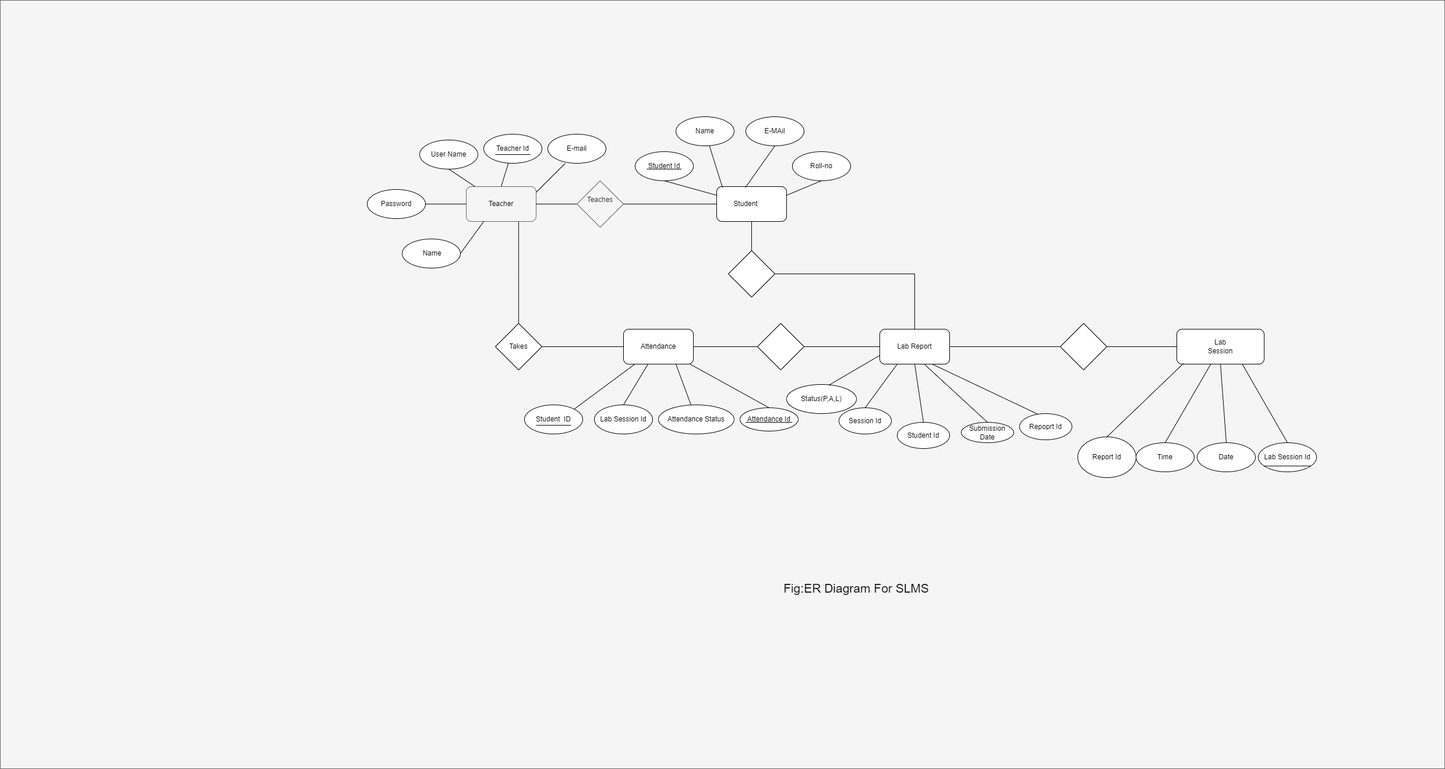
The draw.io diagram diagrams/ER.png in samiiraryal/Smart-Lab-Management-System, before a commit. Source tidied: cells renumbered, new cells last; positions are measured from the earlier drawing's top-left corner, leaving out a move shared by most shapes.
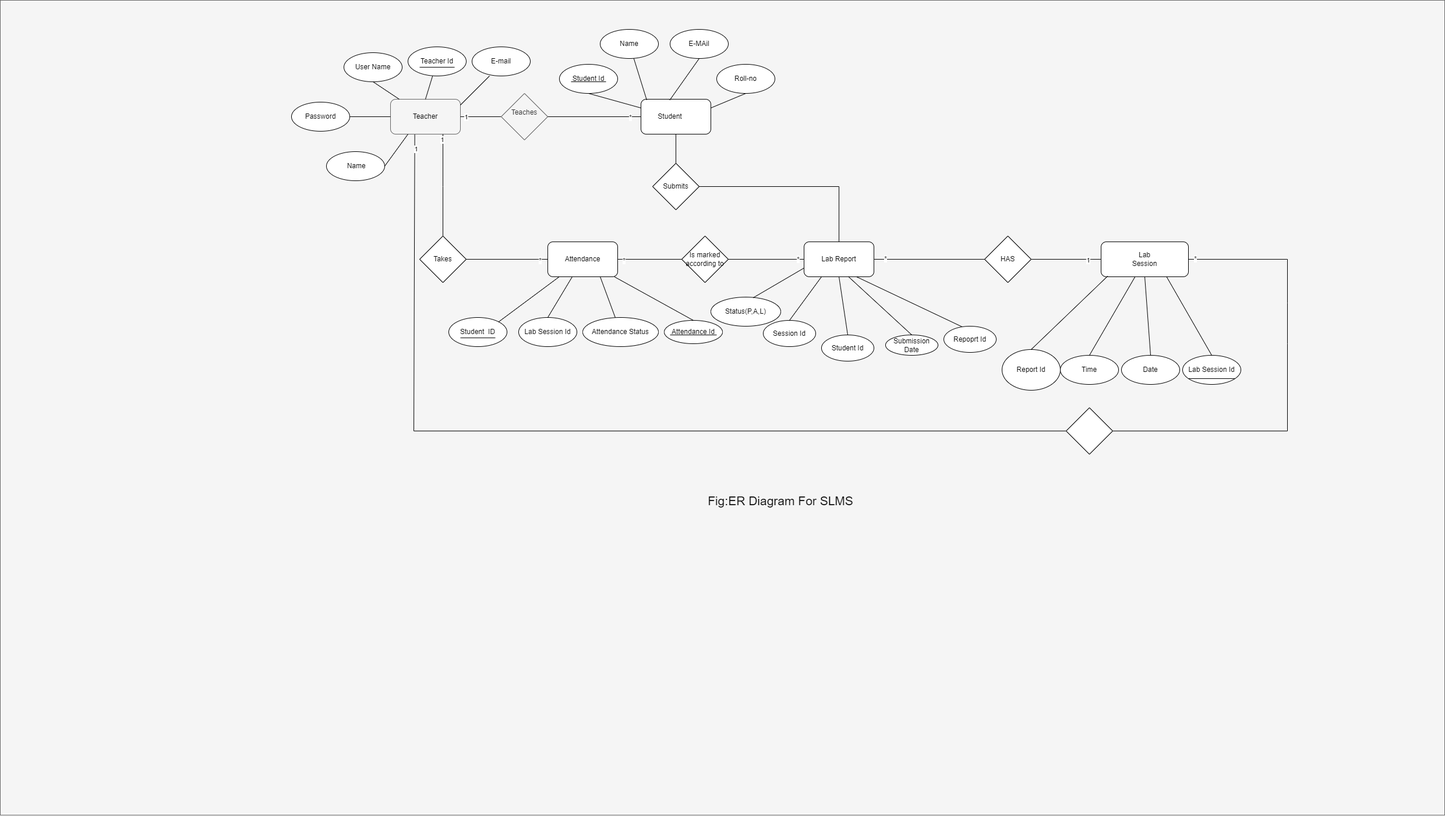
Later version of the same file.

Diff of the diagram source:
```diff
@@ -3,7 +3,7 @@
     <mxCell id="0" />
     <mxCell id="1" parent="0" />
     <mxCell id="2" style="rounded=0;whiteSpace=wrap;html=1;fillColor=#f5f5f5;fontColor=#333333;strokeColor=#666666;" parent="1" vertex="1">
-      <mxGeometry width="2480" height="1320" as="geometry" />
+      <mxGeometry x="130" y="150" width="2480" height="1400" as="geometry" />
     </mxCell>
     <mxCell id="3" style="rounded=1;whiteSpace=wrap;html=1;fillColor=#f5f5f5;fontColor=#333333;strokeColor=#666666;" parent="1" vertex="1">
       <mxGeometry x="800" y="320" width="120" height="60" as="geometry" />
@@ -11,15 +11,23 @@
     <mxCell id="4" value="Teacher" style="text;html=1;align=center;verticalAlign=middle;whiteSpace=wrap;rounded=0;fontColor=#000000;" parent="1" vertex="1">
       <mxGeometry x="830" y="335" width="60" height="30" as="geometry" />
     </mxCell>
-    <mxCell id="5" style="endArrow=none;html=1;rounded=0;exitX=1;exitY=0.5;exitDx=0;exitDy=0;fontColor=#000000;labelBackgroundColor=#000000;strokeColor=#000000;entryX=0;entryY=0.5;entryDx=0;entryDy=0;" parent="1" edge="1" source="3" target="6">
-      <mxGeometry relative="1" as="geometry" />
+    <mxCell id="5" style="endArrow=none;html=1;rounded=0;fontColor=#000000;labelBackgroundColor=#000000;strokeColor=#000000;entryX=0;entryY=0.5;entryDx=0;entryDy=0;" parent="1" edge="1" target="6">
+      <mxGeometry relative="1" as="geometry">
+        <mxPoint x="920" y="350" as="sourcePoint" />
+      </mxGeometry>
     </mxCell>
+    <mxCell id="77" value="1" style="edgeLabel;html=1;align=center;verticalAlign=middle;" parent="5" vertex="1">
+      <mxGeometry x="-0.72" y="-1" relative="1" as="geometry" />
+    </mxCell>
     <mxCell id="6" value="Teaches&lt;div&gt;&lt;br&gt;&lt;/div&gt;" style="rhombus;whiteSpace=wrap;html=1;fillColor=#f5f5f5;fontColor=#333333;strokeColor=#666666;" parent="1" vertex="1">
       <mxGeometry x="990" y="310" width="80" height="80" as="geometry" />
     </mxCell>
     <mxCell id="7" style="endArrow=none;html=1;rounded=0;exitX=1;exitY=0.5;exitDx=0;exitDy=0;" parent="1" edge="1" source="6" target="8">
       <mxGeometry relative="1" as="geometry" />
     </mxCell>
+    <mxCell id="78" value="*" style="edgeLabel;html=1;align=center;verticalAlign=middle;" parent="7" vertex="1">
+      <mxGeometry x="0.78" y="-1" relative="1" as="geometry" />
+    </mxCell>
     <mxCell id="8" style="rounded=1;whiteSpace=wrap;html=1;" parent="1" vertex="1">
       <mxGeometry x="1230" y="320" width="120" height="60" as="geometry" />
     </mxCell>
@@ -29,19 +37,26 @@
     <mxCell id="10" style="rounded=1;whiteSpace=wrap;html=1;" parent="1" vertex="1">
       <mxGeometry x="1070" y="565" width="120" height="60" as="geometry" />
     </mxCell>
-    <mxCell id="11" style="endArrow=none;html=1;rounded=0;exitX=0.5;exitY=0;exitDx=0;exitDy=0;entryX=0.75;entryY=1;entryDx=0;entryDy=0;" parent="1" edge="1" source="12" target="3">
+    <mxCell id="11" style="endArrow=none;html=1;rounded=0;exitX=0.5;exitY=0;exitDx=0;exitDy=0;" parent="1" edge="1" source="12">
       <mxGeometry relative="1" as="geometry">
+        <mxPoint x="890" y="380" as="targetPoint" />
         <Array as="points">
           <mxPoint x="890" y="470" />
         </Array>
       </mxGeometry>
     </mxCell>
+    <mxCell id="79" value="1" style="edgeLabel;html=1;align=center;verticalAlign=middle;" parent="11" vertex="1">
+      <mxGeometry x="0.89" y="1" relative="1" as="geometry" />
+    </mxCell>
     <mxCell id="12" value="Takes" style="rhombus;whiteSpace=wrap;html=1;" parent="1" vertex="1">
       <mxGeometry x="850" y="555" width="80" height="80" as="geometry" />
     </mxCell>
     <mxCell id="13" style="endArrow=none;html=1;rounded=0;entryX=1;entryY=0.5;entryDx=0;entryDy=0;exitX=0;exitY=0.5;exitDx=0;exitDy=0;" parent="1" edge="1" source="10" target="12">
       <mxGeometry relative="1" as="geometry" />
     </mxCell>
+    <mxCell id="80" value="*" style="edgeLabel;html=1;align=center;verticalAlign=middle;" parent="13" vertex="1">
+      <mxGeometry x="-0.8" y="2" relative="1" as="geometry" />
+    </mxCell>
     <mxCell id="14" value="Attendance" style="text;html=1;align=center;verticalAlign=middle;whiteSpace=wrap;rounded=0;" parent="1" vertex="1">
       <mxGeometry x="1100" y="580" width="60" height="30" as="geometry" />
     </mxCell>
@@ -184,7 +199,7 @@
     <mxCell id="54" style="endArrow=none;html=1;rounded=0;entryX=1;entryY=0.5;entryDx=0;entryDy=0;exitX=0.25;exitY=1;exitDx=0;exitDy=0;" parent="1" edge="1" source="3" target="53">
       <mxGeometry relative="1" as="geometry" />
     </mxCell>
-    <mxCell id="55" style="rhombus;whiteSpace=wrap;html=1;" parent="1" vertex="1">
+    <mxCell id="55" value="Is marked according to" style="rhombus;whiteSpace=wrap;html=1;" parent="1" vertex="1">
       <mxGeometry x="1300" y="555" width="80" height="80" as="geometry" />
     </mxCell>
     <mxCell id="56" style="endArrow=none;html=1;rounded=0;entryX=0.076;entryY=0.981;entryDx=0;entryDy=0;exitX=0.5;exitY=0;exitDx=0;exitDy=0;entryPerimeter=0;" parent="1" edge="1" source="61" target="15">
@@ -193,6 +208,9 @@
     <mxCell id="57" style="endArrow=none;html=1;rounded=0;entryX=0;entryY=0.5;entryDx=0;entryDy=0;exitX=1;exitY=0.5;exitDx=0;exitDy=0;" parent="1" edge="1" source="10" target="55">
       <mxGeometry relative="1" as="geometry" />
     </mxCell>
+    <mxCell id="81" value="*" style="edgeLabel;html=1;align=center;verticalAlign=middle;" parent="57" vertex="1">
+      <mxGeometry x="-0.81" y="-2" relative="1" as="geometry" />
+    </mxCell>
     <mxCell id="58" value="Lab Report" style="rounded=1;whiteSpace=wrap;html=1;" parent="1" vertex="1">
       <mxGeometry x="1510" y="565" width="120" height="60" as="geometry" />
     </mxCell>
@@ -208,12 +226,18 @@
     <mxCell id="62" style="endArrow=none;html=1;rounded=0;entryX=0;entryY=0.5;entryDx=0;entryDy=0;exitX=1;exitY=0.5;exitDx=0;exitDy=0;" parent="1" edge="1" source="63" target="15">
       <mxGeometry relative="1" as="geometry" />
     </mxCell>
+    <mxCell id="82" value="1" style="edgeLabel;html=1;align=center;verticalAlign=middle;" parent="62" vertex="1">
+      <mxGeometry x="0.62" y="-2" relative="1" as="geometry" />
+    </mxCell>
-    <mxCell id="63" style="rhombus;whiteSpace=wrap;html=1;" parent="1" vertex="1">
+    <mxCell id="63" value="HAS" style="rhombus;whiteSpace=wrap;html=1;" parent="1" vertex="1">
       <mxGeometry x="1820" y="555" width="80" height="80" as="geometry" />
     </mxCell>
     <mxCell id="64" style="endArrow=none;html=1;rounded=0;entryX=0;entryY=0.5;entryDx=0;entryDy=0;exitX=1;exitY=0.5;exitDx=0;exitDy=0;" parent="1" edge="1" source="58" target="63">
       <mxGeometry relative="1" as="geometry" />
     </mxCell>
+    <mxCell id="83" value="*" style="edgeLabel;html=1;align=center;verticalAlign=middle;" parent="64" vertex="1">
+      <mxGeometry x="-0.79" y="1" relative="1" as="geometry" />
+    </mxCell>
     <mxCell id="65" value="Student Id" style="ellipse;whiteSpace=wrap;html=1;" parent="1" vertex="1">
       <mxGeometry x="1540" y="725" width="90" height="45" as="geometry" />
     </mxCell>
@@ -223,6 +247,9 @@
     <mxCell id="67" style="endArrow=none;html=1;rounded=0;entryX=0;entryY=0.5;entryDx=0;entryDy=0;exitX=1;exitY=0.5;exitDx=0;exitDy=0;" parent="1" edge="1" source="55" target="58">
       <mxGeometry relative="1" as="geometry" />
     </mxCell>
+    <mxCell id="84" value="*" style="edgeLabel;html=1;align=center;verticalAlign=middle;" parent="67" vertex="1">
+      <mxGeometry x="0.83" relative="1" as="geometry" />
+    </mxCell>
     <mxCell id="68" value="Status(P,A,L)" style="ellipse;whiteSpace=wrap;html=1;" parent="1" vertex="1">
       <mxGeometry x="1350" y="660" width="120" height="50" as="geometry" />
     </mxCell>
@@ -241,7 +268,7 @@
     <mxCell id="73" style="endArrow=none;html=1;rounded=0;entryX=0.75;entryY=1;entryDx=0;entryDy=0;exitX=0.352;exitY=0.025;exitDx=0;exitDy=0;exitPerimeter=0;" parent="1" edge="1" source="66" target="58">
       <mxGeometry relative="1" as="geometry" />
     </mxCell>
-    <mxCell id="74" style="rhombus;whiteSpace=wrap;html=1;" parent="1" vertex="1">
+    <mxCell id="74" value="Submits" style="rhombus;whiteSpace=wrap;html=1;" parent="1" vertex="1">
       <mxGeometry x="1250" y="430" width="80" height="80" as="geometry" />
     </mxCell>
     <mxCell id="75" style="endArrow=none;html=1;rounded=0;entryX=0.5;entryY=1;entryDx=0;entryDy=0;exitX=0.5;exitY=0;exitDx=0;exitDy=0;" parent="1" edge="1" source="74" target="8">
@@ -254,5 +281,31 @@
         </Array>
       </mxGeometry>
     </mxCell>
+    <mxCell id="85" style="endArrow=none;html=1;rounded=0;entryX=0.347;entryY=1.013;entryDx=0;entryDy=0;entryPerimeter=0;exitX=0;exitY=0.5;exitDx=0;exitDy=0;" parent="1" edge="1" source="87" target="3">
+      <mxGeometry relative="1" as="geometry">
+        <Array as="points">
+          <mxPoint x="840" y="890" />
+        </Array>
+      </mxGeometry>
+    </mxCell>
+    <mxCell id="86" value="1" style="edgeLabel;html=1;align=center;verticalAlign=middle;" parent="85" vertex="1">
+      <mxGeometry x="0.97" y="-2" relative="1" as="geometry" />
+    </mxCell>
+    <mxCell id="87" style="rhombus;whiteSpace=wrap;html=1;" parent="1" vertex="1">
+      <mxGeometry x="1960" y="850" width="80" height="80" as="geometry" />
+    </mxCell>
+    <mxCell id="88" style="endArrow=none;html=1;rounded=0;exitX=1;exitY=0.5;exitDx=0;exitDy=0;" parent="1" edge="1" source="87" target="15">
+      <mxGeometry relative="1" as="geometry">
+        <Array as="points">
+          <mxPoint x="2340" y="890" />
+          <mxPoint x="2340" y="740" />
+          <mxPoint x="2340" y="670" />
+          <mxPoint x="2340" y="595" />
+        </Array>
+      </mxGeometry>
+    </mxCell>
+    <mxCell id="89" value="*" style="edgeLabel;html=1;align=center;verticalAlign=middle;" parent="88" vertex="1">
+      <mxGeometry x="0.97" y="-1" relative="1" as="geometry" />
+    </mxCell>
   </root>
 </mxGraphModel>
```
